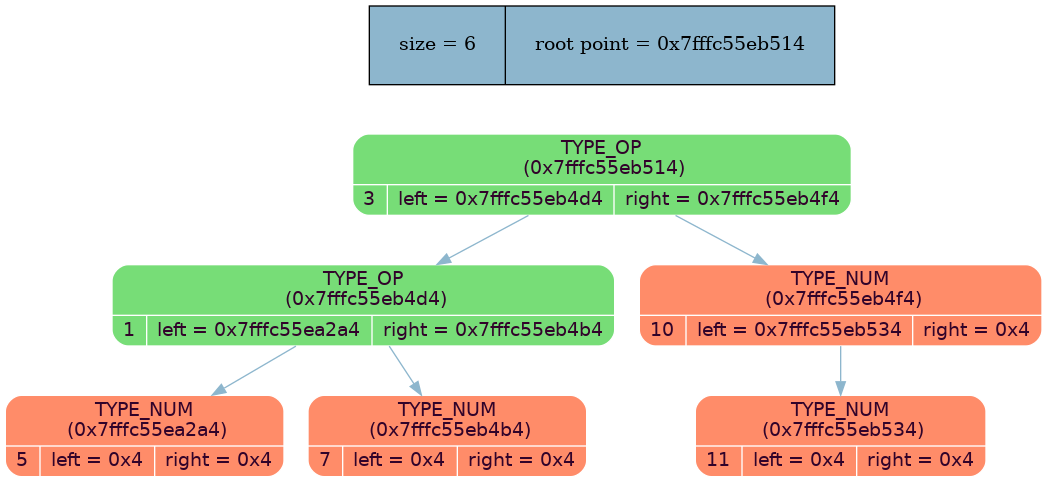
The Graphviz diagram dump_info/tree_dump.png in MaxGroshev/differentiator, before a commit. Its source is kept beside it as dump_info/tree_dump.dot.
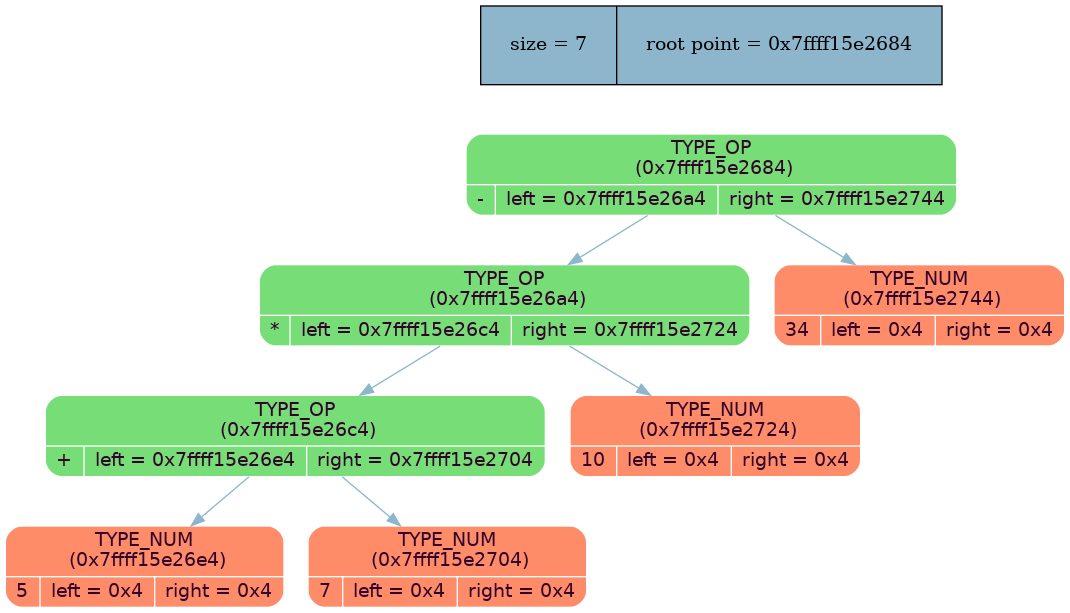
After the commit.

What changed in the source:
```diff
@@ -3,18 +3,20 @@
 rankdir = ""
 splines = "true"
 
-node_stat [margin = "0.3*0.3", style = "filled", shape = "record", fillcolor = "#8DB6CD" label = " size = 6 | root point = 0x7fffd2dc1514"]
+node_stat [margin = "0.3*0.3", style = "filled", shape = "record", fillcolor = "#8DB6CD" label = " size = 7 | root point = 0x7fffc064d684"]
 {rank = source; node_stat}
 
-node0x7fffd2dc1514 [shape = "Mrecord", fillcolor = "#77DD77", style = "filled", fontcolor = "#31032A", fontname = "Calibri", color = "white", label = "{TYPE_OP\n (0x7fffd2dc1514)| {3 |left = 0x7fffd2dc14d4 |right = 0x7fffd2dc14f4}}"]
-node0x7fffd2dc1514 -> node0x7fffd2dc14d4 [color = "#8DB6CD", style = "", constraint = true, fillcolor = "#8DB6CD",   fontcolor = "", fontname = "Calibri", label = ""];
-node0x7fffd2dc14d4 [shape = "Mrecord", fillcolor = "#77DD77", style = "filled", fontcolor = "#31032A", fontname = "Calibri", color = "white", label = "{TYPE_OP\n (0x7fffd2dc14d4)| {1 |left = 0x7fffd2dc02a4 |right = 0x7fffd2dc14b4}}"]
-node0x7fffd2dc14d4 -> node0x7fffd2dc02a4 [color = "#8DB6CD", style = "", constraint = true, fillcolor = "#8DB6CD",   fontcolor = "", fontname = "Calibri", label = ""];
-node0x7fffd2dc02a4 [shape = "Mrecord", fillcolor = "#FF8C69", style = "filled", fontcolor = "#31032A", fontname = "Calibri", color = "white", label = "{TYPE_NUM\n (0x7fffd2dc02a4)| {5 |left = 0x4 |right = 0x4}}"]
-node0x7fffd2dc14d4 -> node0x7fffd2dc14b4 [color = "#8DB6CD", style = "", constraint = true, fillcolor = "#8DB6CD",   fontcolor = "", fontname = "Calibri", label = ""];
-node0x7fffd2dc14b4 [shape = "Mrecord", fillcolor = "#FF8C69", style = "filled", fontcolor = "#31032A", fontname = "Calibri", color = "white", label = "{TYPE_NUM\n (0x7fffd2dc14b4)| {7 |left = 0x4 |right = 0x4}}"]
-node0x7fffd2dc1514 -> node0x7fffd2dc14f4 [color = "#8DB6CD", style = "", constraint = true, fillcolor = "#8DB6CD",   fontcolor = "", fontname = "Calibri", label = ""];
-node0x7fffd2dc14f4 [shape = "Mrecord", fillcolor = "#FF8C69", style = "filled", fontcolor = "#31032A", fontname = "Calibri", color = "white", label = "{TYPE_NUM\n (0x7fffd2dc14f4)| {10 |left = 0x7fffd2dc1534 |right = 0x4}}"]
-node0x7fffd2dc14f4 -> node0x7fffd2dc1534 [color = "#8DB6CD", style = "", constraint = true, fillcolor = "#8DB6CD",   fontcolor = "", fontname = "Calibri", label = ""];
-node0x7fffd2dc1534 [shape = "Mrecord", fillcolor = "#FF8C69", style = "filled", fontcolor = "#31032A", fontname = "Calibri", color = "white", label = "{TYPE_NUM\n (0x7fffd2dc1534)| {11 |left = 0x4 |right = 0x4}}"]
+node0x7fffc064d684 [shape = "Mrecord", fillcolor = "#77DD77", style = "filled", fontcolor = "#31032A", fontname = "Calibri", color = "white", label = "{TYPE_OP\n (0x7fffc064d684)| {- |left = 0x7fffc064d6a4 |right = 0x7fffc064d744}}"]
+node0x7fffc064d684 -> node0x7fffc064d6a4 [color = "#8DB6CD", style = "", constraint = true, fillcolor = "#8DB6CD",   fontcolor = "", fontname = "Calibri", label = ""];
+node0x7fffc064d6a4 [shape = "Mrecord", fillcolor = "#77DD77", style = "filled", fontcolor = "#31032A", fontname = "Calibri", color = "white", label = "{TYPE_OP\n (0x7fffc064d6a4)| {* |left = 0x7fffc064d6c4 |right = 0x7fffc064d724}}"]
+node0x7fffc064d6a4 -> node0x7fffc064d6c4 [color = "#8DB6CD", style = "", constraint = true, fillcolor = "#8DB6CD",   fontcolor = "", fontname = "Calibri", label = ""];
+node0x7fffc064d6c4 [shape = "Mrecord", fillcolor = "#77DD77", style = "filled", fontcolor = "#31032A", fontname = "Calibri", color = "white", label = "{TYPE_OP\n (0x7fffc064d6c4)| {+ |left = 0x7fffc064d6e4 |right = 0x7fffc064d704}}"]
+node0x7fffc064d6c4 -> node0x7fffc064d6e4 [color = "#8DB6CD", style = "", constraint = true, fillcolor = "#8DB6CD",   fontcolor = "", fontname = "Calibri", label = ""];
+node0x7fffc064d6e4 [shape = "Mrecord", fillcolor = "#FF8C69", style = "filled", fontcolor = "#31032A", fontname = "Calibri", color = "white", label = "{TYPE_NUM\n (0x7fffc064d6e4)| {5 |left = 0x4 |right = 0x4}}"]
+node0x7fffc064d6c4 -> node0x7fffc064d704 [color = "#8DB6CD", style = "", constraint = true, fillcolor = "#8DB6CD",   fontcolor = "", fontname = "Calibri", label = ""];
+node0x7fffc064d704 [shape = "Mrecord", fillcolor = "#FF8C69", style = "filled", fontcolor = "#31032A", fontname = "Calibri", color = "white", label = "{TYPE_NUM\n (0x7fffc064d704)| {7 |left = 0x4 |right = 0x4}}"]
+node0x7fffc064d6a4 -> node0x7fffc064d724 [color = "#8DB6CD", style = "", constraint = true, fillcolor = "#8DB6CD",   fontcolor = "", fontname = "Calibri", label = ""];
+node0x7fffc064d724 [shape = "Mrecord", fillcolor = "#FF8C69", style = "filled", fontcolor = "#31032A", fontname = "Calibri", color = "white", label = "{TYPE_NUM\n (0x7fffc064d724)| {10 |left = 0x4 |right = 0x4}}"]
+node0x7fffc064d684 -> node0x7fffc064d744 [color = "#8DB6CD", style = "", constraint = true, fillcolor = "#8DB6CD",   fontcolor = "", fontname = "Calibri", label = ""];
+node0x7fffc064d744 [shape = "Mrecord", fillcolor = "#FF8C69", style = "filled", fontcolor = "#31032A", fontname = "Calibri", color = "white", label = "{TYPE_NUM\n (0x7fffc064d744)| {34 |left = 0x4 |right = 0x4}}"]
 }
```
